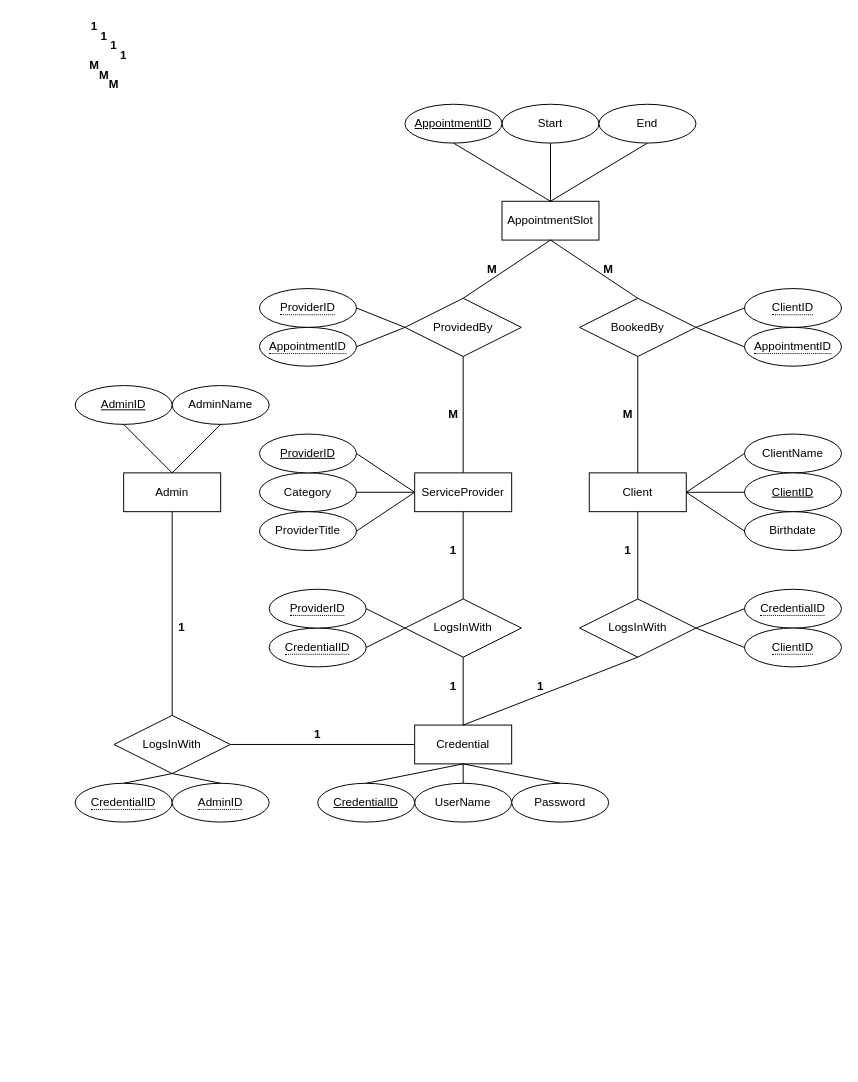
jff97/cs341GroupProject keeps this draw.io diagram as projectManagement/diagrams/appointmentBookingEr.drawio. Above is the earlier version. Source tidied: cells renumbered, new cells numbered last; positions are measured from the earlier drawing's top-left corner, leaving out a move shared by most shapes. Both pictures are drawn from the tidied source at 97%, with x=0, y=0 at pixel (75, 16).
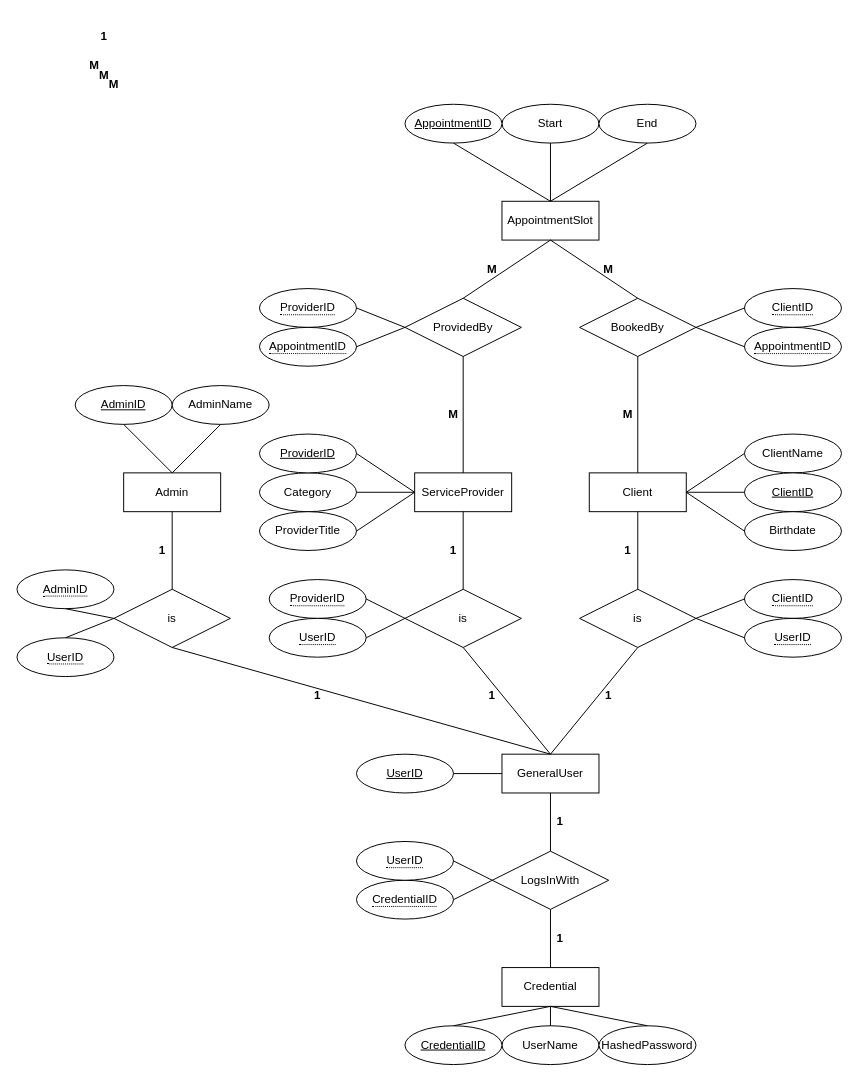
The same diagram, later.

Commit message:
add general user bridge

Unchanged cells that the change refers to:
```xml
<mxCell id="2" value="Client" style="whiteSpace=wrap;html=1;align=center;" parent="1" vertex="1">
  <mxGeometry x="530" y="470" width="100" height="40" as="geometry" />
</mxCell>
<mxCell id="3" value="ServiceProvider" style="whiteSpace=wrap;html=1;align=center;" parent="1" vertex="1">
  <mxGeometry x="350" y="470" width="100" height="40" as="geometry" />
</mxCell>
<mxCell id="4" value="Admin" style="whiteSpace=wrap;html=1;align=center;" parent="1" vertex="1">
  <mxGeometry x="50" y="470" width="100" height="40" as="geometry" />
</mxCell>
```

Change to the diagram source:
```diff
@@
     <mxCell id="5" value="Credential" style="whiteSpace=wrap;html=1;align=center;" parent="1" vertex="1">
-      <mxGeometry x="350" y="730" width="100" height="40" as="geometry" />
+      <mxGeometry x="440" y="980" width="100" height="40" as="geometry" />
     </mxCell>
     <mxCell id="6" value="UserName" style="ellipse;whiteSpace=wrap;html=1;align=center;" parent="1" vertex="1">
-      <mxGeometry x="350" y="790" width="100" height="40" as="geometry" />
+      <mxGeometry x="440" y="1040" width="100" height="40" as="geometry" />
     </mxCell>
-    <mxCell id="7" value="Password" style="ellipse;whiteSpace=wrap;html=1;align=center;" parent="1" vertex="1">
-      <mxGeometry x="450" y="790" width="100" height="40" as="geometry" />
+    <mxCell id="7" value="HashedPassword" style="ellipse;whiteSpace=wrap;html=1;align=center;" parent="1" vertex="1">
+      <mxGeometry x="540" y="1040" width="100" height="40" as="geometry" />
     </mxCell>
@@
     <mxCell id="10" value="LogsInWith" style="shape=rhombus;perimeter=rhombusPerimeter;whiteSpace=wrap;html=1;align=center;" parent="1" vertex="1">
-      <mxGeometry x="340" y="600" width="120" height="60" as="geometry" />
+      <mxGeometry x="430" y="860" width="120" height="60" as="geometry" />
     </mxCell>
@@
-    <mxCell id="12" style="endArrow=none;html=1;rounded=0;entryX=0.5;entryY=0;entryDx=0;entryDy=0;exitX=0.5;exitY=1;exitDx=0;exitDy=0;" parent="1" edge="1" source="4" target="30">
-      <mxGeometry relative="1" as="geometry" />
-    </mxCell>
-    <mxCell id="13" style="endArrow=none;html=1;rounded=0;exitX=0.5;exitY=0;exitDx=0;exitDy=0;entryX=0.5;entryY=1;entryDx=0;entryDy=0;" parent="1" edge="1" source="10" target="3">
+    <mxCell id="13" style="endArrow=none;html=1;rounded=0;entryX=0.5;entryY=1;entryDx=0;entryDy=0;exitX=0.5;exitY=0;exitDx=0;exitDy=0;" parent="1" edge="1" source="91" target="3">
       <mxGeometry relative="1" as="geometry" />
     </mxCell>
-    <mxCell id="14" style="endArrow=none;html=1;rounded=0;entryX=0.5;entryY=1;entryDx=0;entryDy=0;exitX=0.5;exitY=0;exitDx=0;exitDy=0;" parent="1" edge="1" source="31" target="2">
-      <mxGeometry relative="1" as="geometry" />
-    </mxCell>
@@
     <mxCell id="26" value="&lt;b&gt;1&lt;/b&gt;" style="text;html=1;strokeColor=none;fillColor=none;align=center;verticalAlign=middle;whiteSpace=wrap;rounded=0;" parent="1" vertex="1">
-      <mxGeometry x="10" width="20" height="20" as="geometry" />
+      <mxGeometry x="490" y="820" width="20" height="20" as="geometry" />
     </mxCell>
@@
-    <mxCell id="30" value="LogsInWith" style="shape=rhombus;perimeter=rhombusPerimeter;whiteSpace=wrap;html=1;align=center;" parent="1" vertex="1">
-      <mxGeometry x="40" y="720" width="120" height="60" as="geometry" />
-    </mxCell>
-    <mxCell id="31" value="LogsInWith" style="shape=rhombus;perimeter=rhombusPerimeter;whiteSpace=wrap;html=1;align=center;" parent="1" vertex="1">
-      <mxGeometry x="520" y="600" width="120" height="60" as="geometry" />
-    </mxCell>
-    <mxCell id="32" style="endArrow=none;html=1;rounded=0;entryX=0.5;entryY=1;entryDx=0;entryDy=0;exitX=0.5;exitY=0;exitDx=0;exitDy=0;" parent="1" edge="1" source="5" target="31">
-      <mxGeometry relative="1" as="geometry" />
-    </mxCell>
-    <mxCell id="33" style="endArrow=none;html=1;rounded=0;entryX=0;entryY=0.5;entryDx=0;entryDy=0;exitX=1;exitY=0.5;exitDx=0;exitDy=0;" parent="1" edge="1" source="30" target="5">
-      <mxGeometry relative="1" as="geometry" />
-    </mxCell>
@@
     <mxCell id="52" value="CredentialID" style="ellipse;whiteSpace=wrap;html=1;align=center;fontStyle=4;" parent="1" vertex="1">
-      <mxGeometry x="250" y="790" width="100" height="40" as="geometry" />
+      <mxGeometry x="340" y="1040" width="100" height="40" as="geometry" />
     </mxCell>
@@
     <mxCell id="54" value="&lt;span style=&quot;border-bottom: 1px dotted&quot;&gt;CredentialID&lt;/span&gt;" style="ellipse;whiteSpace=wrap;html=1;align=center;" parent="1" vertex="1">
-      <mxGeometry x="200" y="630" width="100" height="40" as="geometry" />
+      <mxGeometry x="290" y="890" width="100" height="40" as="geometry" />
     </mxCell>
-    <mxCell id="55" value="&lt;span style=&quot;border-bottom: 1px dotted&quot;&gt;CredentialID&lt;/span&gt;" style="ellipse;whiteSpace=wrap;html=1;align=center;" parent="1" vertex="1">
-      <mxGeometry x="690" y="590" width="100" height="40" as="geometry" />
-    </mxCell>
-    <mxCell id="56" value="&lt;span style=&quot;border-bottom: 1px dotted&quot;&gt;CredentialID&lt;/span&gt;" style="ellipse;whiteSpace=wrap;html=1;align=center;" parent="1" vertex="1">
-      <mxGeometry y="790" width="100" height="40" as="geometry" />
-    </mxCell>
-    <mxCell id="57" value="&lt;span style=&quot;border-bottom: 1px dotted&quot;&gt;ClientID&lt;/span&gt;" style="ellipse;whiteSpace=wrap;html=1;align=center;" parent="1" vertex="1">
-      <mxGeometry x="690" y="630" width="100" height="40" as="geometry" />
-    </mxCell>
-    <mxCell id="58" style="endArrow=none;html=1;rounded=0;entryX=0;entryY=0.5;entryDx=0;entryDy=0;exitX=1;exitY=0.5;exitDx=0;exitDy=0;" parent="1" edge="1" source="31" target="55">
-      <mxGeometry relative="1" as="geometry" />
-    </mxCell>
-    <mxCell id="59" style="endArrow=none;html=1;rounded=0;entryX=0;entryY=0.5;entryDx=0;entryDy=0;exitX=1;exitY=0.5;exitDx=0;exitDy=0;" parent="1" edge="1" source="31" target="57">
-      <mxGeometry relative="1" as="geometry" />
-    </mxCell>
-    <mxCell id="60" value="&lt;span style=&quot;border-bottom: 1px dotted&quot;&gt;ProviderID&lt;/span&gt;" style="ellipse;whiteSpace=wrap;html=1;align=center;" parent="1" vertex="1">
-      <mxGeometry x="200" y="590" width="100" height="40" as="geometry" />
+    <mxCell id="60" value="&lt;span style=&quot;border-bottom: 1px dotted&quot;&gt;UserID&lt;/span&gt;" style="ellipse;whiteSpace=wrap;html=1;align=center;" parent="1" vertex="1">
+      <mxGeometry x="290" y="850" width="100" height="40" as="geometry" />
     </mxCell>
@@
-    <mxCell id="67" value="&lt;span style=&quot;border-bottom: 1px dotted&quot;&gt;AdminID&lt;/span&gt;" style="ellipse;whiteSpace=wrap;html=1;align=center;" parent="1" vertex="1">
-      <mxGeometry x="100" y="790" width="100" height="40" as="geometry" />
-    </mxCell>
-    <mxCell id="68" style="endArrow=none;html=1;rounded=0;entryX=0.5;entryY=1;entryDx=0;entryDy=0;exitX=0.5;exitY=0;exitDx=0;exitDy=0;" parent="1" edge="1" source="67" target="30">
-      <mxGeometry relative="1" as="geometry" />
-    </mxCell>
-    <mxCell id="69" style="endArrow=none;html=1;rounded=0;entryX=0.5;entryY=0;entryDx=0;entryDy=0;exitX=0.5;exitY=1;exitDx=0;exitDy=0;" parent="1" edge="1" source="30" target="56">
-      <mxGeometry relative="1" as="geometry" />
-    </mxCell>
@@
     <mxCell id="71" value="&lt;b&gt;1&lt;/b&gt;" style="text;html=1;strokeColor=none;fillColor=none;align=center;verticalAlign=middle;whiteSpace=wrap;rounded=0;" parent="1" vertex="1">
-      <mxGeometry x="30" y="20" width="20" height="20" as="geometry" />
+      <mxGeometry x="80" y="540" width="20" height="20" as="geometry" />
     </mxCell>
     <mxCell id="72" value="&lt;b&gt;1&lt;/b&gt;" style="text;html=1;strokeColor=none;fillColor=none;align=center;verticalAlign=middle;whiteSpace=wrap;rounded=0;" parent="1" vertex="1">
-      <mxGeometry x="40" y="30" width="20" height="20" as="geometry" />
+      <mxGeometry x="240" y="690" width="20" height="20" as="geometry" />
     </mxCell>
-    <mxCell id="73" value="&lt;b&gt;1&lt;/b&gt;" style="text;html=1;strokeColor=none;fillColor=none;align=center;verticalAlign=middle;whiteSpace=wrap;rounded=0;" parent="1" vertex="1">
-      <mxGeometry x="240" y="730" width="20" height="20" as="geometry" />
-    </mxCell>
-    <mxCell id="74" value="&lt;b&gt;1&lt;/b&gt;" style="text;html=1;strokeColor=none;fillColor=none;align=center;verticalAlign=middle;whiteSpace=wrap;rounded=0;" parent="1" vertex="1">
-      <mxGeometry x="100" y="620" width="20" height="20" as="geometry" />
-    </mxCell>
-    <mxCell id="75" value="&lt;b&gt;1&lt;/b&gt;" style="text;html=1;strokeColor=none;fillColor=none;align=center;verticalAlign=middle;whiteSpace=wrap;rounded=0;" parent="1" vertex="1">
-      <mxGeometry x="470" y="680" width="20" height="20" as="geometry" />
-    </mxCell>
-    <mxCell id="76" value="&lt;b&gt;1&lt;/b&gt;" style="text;html=1;strokeColor=none;fillColor=none;align=center;verticalAlign=middle;whiteSpace=wrap;rounded=0;" parent="1" vertex="1">
-      <mxGeometry x="560" y="540" width="20" height="20" as="geometry" />
-    </mxCell>
@@
     <mxCell id="78" value="&lt;b&gt;1&lt;/b&gt;" style="text;html=1;strokeColor=none;fillColor=none;align=center;verticalAlign=middle;whiteSpace=wrap;rounded=0;" parent="1" vertex="1">
-      <mxGeometry x="380" y="680" width="20" height="20" as="geometry" />
+      <mxGeometry x="490" y="940" width="20" height="20" as="geometry" />
     </mxCell>
@@
+    <mxCell id="87" value="GeneralUser" style="whiteSpace=wrap;html=1;align=center;" parent="1" vertex="1">
+      <mxGeometry x="440" y="760" width="100" height="40" as="geometry" />
+    </mxCell>
+    <mxCell id="88" value="UserID" style="ellipse;whiteSpace=wrap;html=1;align=center;fontStyle=4;" parent="1" vertex="1">
+      <mxGeometry x="290" y="760" width="100" height="40" as="geometry" />
+    </mxCell>
+    <mxCell id="89" style="endArrow=none;html=1;rounded=0;entryX=0;entryY=0.5;entryDx=0;entryDy=0;exitX=1;exitY=0.5;exitDx=0;exitDy=0;" parent="1" edge="1" source="88" target="87">
+      <mxGeometry relative="1" as="geometry" />
+    </mxCell>
+    <mxCell id="90" style="endArrow=none;html=1;rounded=0;entryX=0.5;entryY=1;entryDx=0;entryDy=0;exitX=0.5;exitY=0;exitDx=0;exitDy=0;" parent="1" edge="1" source="10" target="87">
+      <mxGeometry relative="1" as="geometry" />
+    </mxCell>
+    <mxCell id="91" value="is" style="shape=rhombus;perimeter=rhombusPerimeter;whiteSpace=wrap;html=1;align=center;" parent="1" vertex="1">
+      <mxGeometry x="340" y="590" width="120" height="60" as="geometry" />
+    </mxCell>
+    <mxCell id="92" value="is" style="shape=rhombus;perimeter=rhombusPerimeter;whiteSpace=wrap;html=1;align=center;" parent="1" vertex="1">
+      <mxGeometry x="40" y="590" width="120" height="60" as="geometry" />
+    </mxCell>
+    <mxCell id="93" value="is" style="shape=rhombus;perimeter=rhombusPerimeter;whiteSpace=wrap;html=1;align=center;" parent="1" vertex="1">
+      <mxGeometry x="520" y="590" width="120" height="60" as="geometry" />
+    </mxCell>
+    <mxCell id="94" style="endArrow=none;html=1;rounded=0;entryX=0.5;entryY=0;entryDx=0;entryDy=0;exitX=0.5;exitY=1;exitDx=0;exitDy=0;" parent="1" edge="1" source="2" target="93">
+      <mxGeometry relative="1" as="geometry" />
+    </mxCell>
+    <mxCell id="95" style="endArrow=none;html=1;rounded=0;exitX=0.5;exitY=0;exitDx=0;exitDy=0;entryX=0.5;entryY=1;entryDx=0;entryDy=0;" parent="1" edge="1" source="92" target="4">
+      <mxGeometry relative="1" as="geometry" />
+    </mxCell>
+    <mxCell id="96" style="endArrow=none;html=1;rounded=0;entryX=0.5;entryY=1;entryDx=0;entryDy=0;exitX=0.5;exitY=0;exitDx=0;exitDy=0;" parent="1" edge="1" source="87" target="93">
+      <mxGeometry relative="1" as="geometry" />
+    </mxCell>
+    <mxCell id="97" style="endArrow=none;html=1;rounded=0;entryX=0.5;entryY=0;entryDx=0;entryDy=0;exitX=0.5;exitY=1;exitDx=0;exitDy=0;" parent="1" edge="1" source="92" target="87">
+      <mxGeometry relative="1" as="geometry" />
+    </mxCell>
+    <mxCell id="98" style="endArrow=none;html=1;rounded=0;entryX=0.5;entryY=1;entryDx=0;entryDy=0;exitX=0.5;exitY=0;exitDx=0;exitDy=0;" parent="1" edge="1" source="87" target="91">
+      <mxGeometry relative="1" as="geometry" />
+    </mxCell>
+    <mxCell id="67" value="&lt;span style=&quot;border-bottom: 1px dotted&quot;&gt;AdminID&lt;/span&gt;" style="ellipse;whiteSpace=wrap;html=1;align=center;" parent="1" vertex="1">
+      <mxGeometry x="-60" y="570" width="100" height="40" as="geometry" />
+    </mxCell>
+    <mxCell id="99" value="&lt;span style=&quot;border-bottom: 1px dotted&quot;&gt;UserID&lt;/span&gt;" style="ellipse;whiteSpace=wrap;html=1;align=center;" parent="1" vertex="1">
+      <mxGeometry x="-60" y="640" width="100" height="40" as="geometry" />
+    </mxCell>
+    <mxCell id="100" style="endArrow=none;html=1;rounded=0;exitX=0;exitY=0.5;exitDx=0;exitDy=0;entryX=0.5;entryY=0;entryDx=0;entryDy=0;" parent="1" edge="1" source="92" target="99">
+      <mxGeometry relative="1" as="geometry" />
+    </mxCell>
+    <mxCell id="101" style="endArrow=none;html=1;rounded=0;exitX=0.5;exitY=1;exitDx=0;exitDy=0;entryX=0;entryY=0.5;entryDx=0;entryDy=0;" parent="1" edge="1" source="67" target="92">
+      <mxGeometry relative="1" as="geometry" />
+    </mxCell>
+    <mxCell id="102" value="&lt;span style=&quot;border-bottom: 1px dotted&quot;&gt;ProviderID&lt;/span&gt;" style="ellipse;whiteSpace=wrap;html=1;align=center;" parent="1" vertex="1">
+      <mxGeometry x="200" y="580" width="100" height="40" as="geometry" />
+    </mxCell>
+    <mxCell id="103" value="&lt;span style=&quot;border-bottom: 1px dotted&quot;&gt;UserID&lt;/span&gt;" style="ellipse;whiteSpace=wrap;html=1;align=center;" parent="1" vertex="1">
+      <mxGeometry x="200" y="620" width="100" height="40" as="geometry" />
+    </mxCell>
+    <mxCell id="104" style="endArrow=none;html=1;rounded=0;entryX=0;entryY=0.5;entryDx=0;entryDy=0;exitX=1;exitY=0.5;exitDx=0;exitDy=0;" parent="1" edge="1" source="102" target="91">
+      <mxGeometry relative="1" as="geometry" />
+    </mxCell>
+    <mxCell id="105" style="endArrow=none;html=1;rounded=0;entryX=0;entryY=0.5;entryDx=0;entryDy=0;exitX=1;exitY=0.5;exitDx=0;exitDy=0;" parent="1" edge="1" source="103" target="91">
+      <mxGeometry relative="1" as="geometry" />
+    </mxCell>
+    <mxCell id="57" value="&lt;span style=&quot;border-bottom: 1px dotted&quot;&gt;ClientID&lt;/span&gt;" style="ellipse;whiteSpace=wrap;html=1;align=center;" parent="1" vertex="1">
+      <mxGeometry x="690" y="580" width="100" height="40" as="geometry" />
+    </mxCell>
+    <mxCell id="106" value="&lt;span style=&quot;border-bottom: 1px dotted&quot;&gt;UserID&lt;/span&gt;" style="ellipse;whiteSpace=wrap;html=1;align=center;" parent="1" vertex="1">
+      <mxGeometry x="690" y="620" width="100" height="40" as="geometry" />
+    </mxCell>
+    <mxCell id="107" style="endArrow=none;html=1;rounded=0;entryX=0;entryY=0.5;entryDx=0;entryDy=0;exitX=1;exitY=0.5;exitDx=0;exitDy=0;" parent="1" edge="1" source="93" target="106">
+      <mxGeometry relative="1" as="geometry" />
+    </mxCell>
+    <mxCell id="108" style="endArrow=none;html=1;rounded=0;entryX=0;entryY=0.5;entryDx=0;entryDy=0;exitX=1;exitY=0.5;exitDx=0;exitDy=0;" parent="1" edge="1" source="93" target="57">
+      <mxGeometry relative="1" as="geometry" />
+    </mxCell>
+    <mxCell id="109" value="&lt;b&gt;1&lt;/b&gt;" style="text;html=1;strokeColor=none;fillColor=none;align=center;verticalAlign=middle;whiteSpace=wrap;rounded=0;" parent="1" vertex="1">
+      <mxGeometry x="560" y="540" width="20" height="20" as="geometry" />
+    </mxCell>
+    <mxCell id="110" value="&lt;b&gt;1&lt;/b&gt;" style="text;html=1;strokeColor=none;fillColor=none;align=center;verticalAlign=middle;whiteSpace=wrap;rounded=0;" parent="1" vertex="1">
+      <mxGeometry x="420" y="690" width="20" height="20" as="geometry" />
+    </mxCell>
+    <mxCell id="111" value="&lt;b&gt;1&lt;/b&gt;" style="text;html=1;strokeColor=none;fillColor=none;align=center;verticalAlign=middle;whiteSpace=wrap;rounded=0;" parent="1" vertex="1">
+      <mxGeometry x="540" y="690" width="20" height="20" as="geometry" />
+    </mxCell>
```
